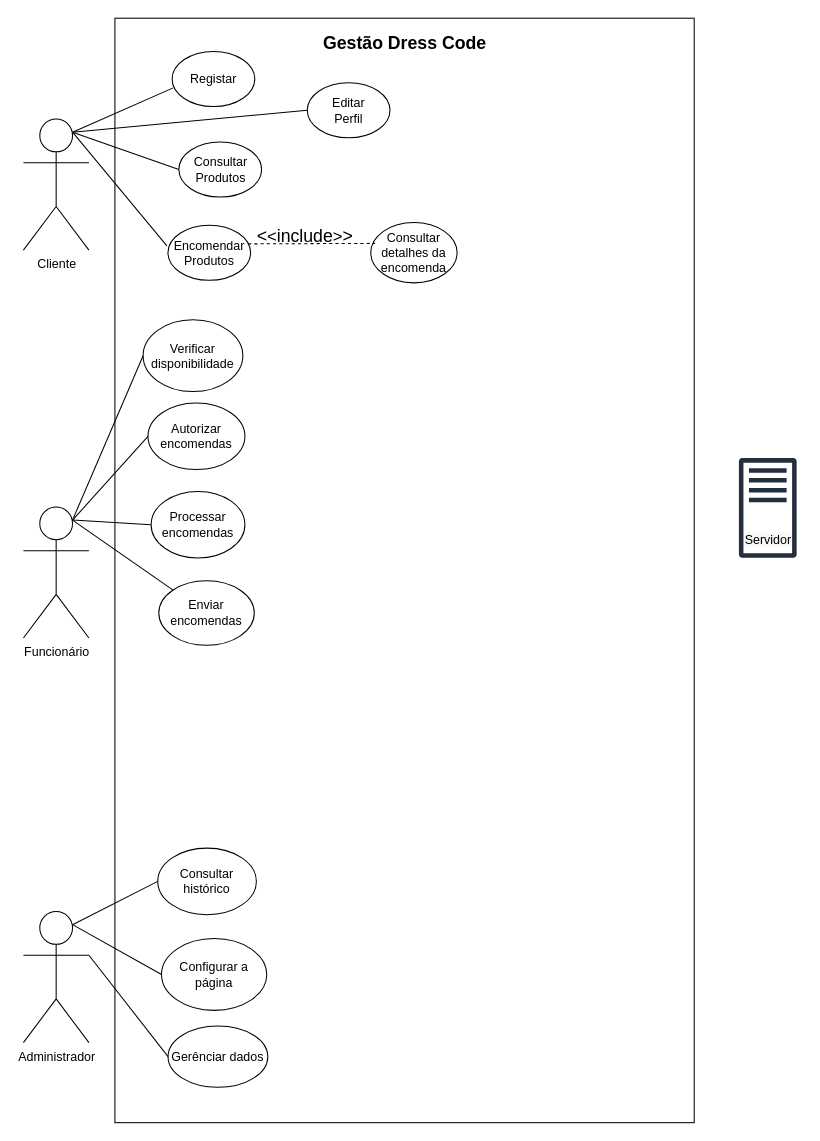
Before: Casos de Uso.drawio in JoshuaJones27/FetchCode, a draw.io diagram. Source tidied: cells renumbered, new cells numbered last; positions are measured from the earlier drawing's top-left corner, leaving out a move shared by most shapes. Both pictures are drawn from the tidied source at 104%, with x=0, y=0 at pixel (23, 18).
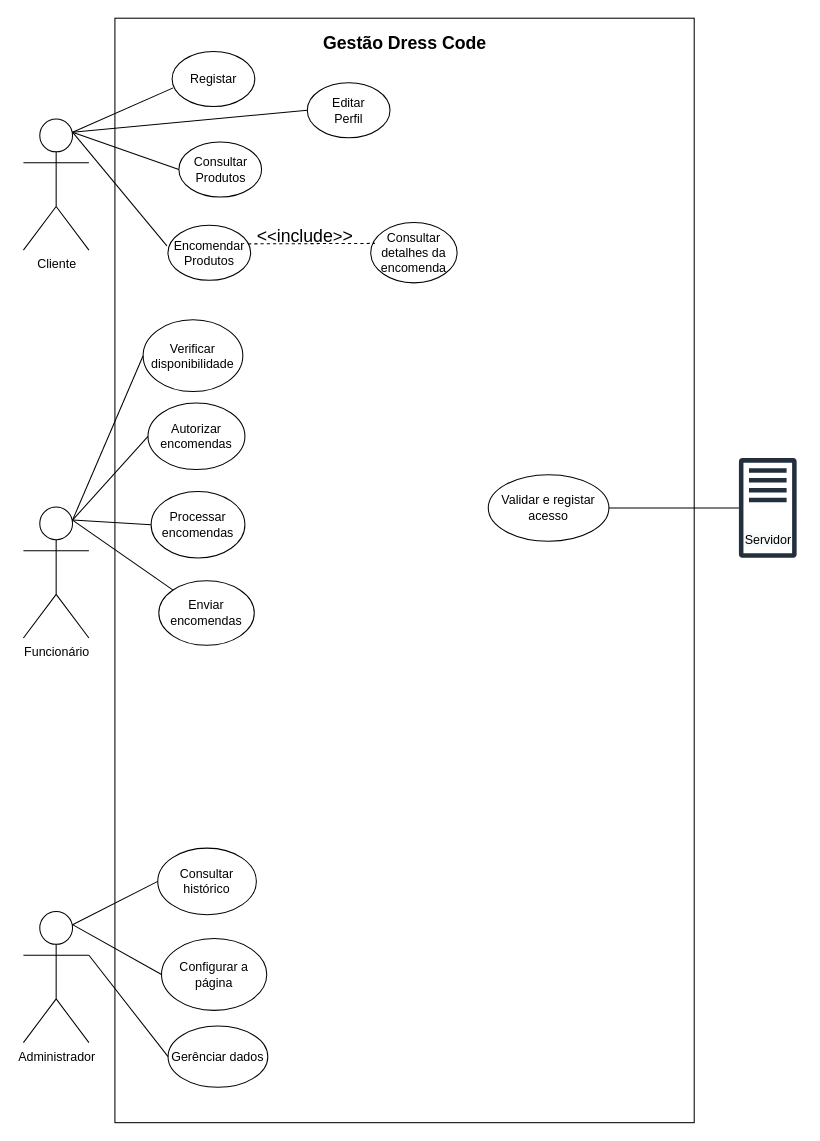
The same page after the edit.

The change refers to these unchanged cells:
```xml
<mxCell id="19" style="sketch=0;outlineConnect=0;fontColor=#232F3E;gradientColor=none;fillColor=#232F3D;strokeColor=none;dashed=0;verticalLabelPosition=bottom;verticalAlign=top;align=center;html=1;fontSize=12;fontStyle=0;shape=mxgraph.aws4.traditional_server;" parent="1" vertex="1">
  <mxGeometry x="688" y="422.8" width="55.5" height="96.2" as="geometry" />
</mxCell>
```

Change to the diagram source:
```diff
@@
-<mxGraphModel>
+<mxGraphModel background="#ffffff">
@@
+    <mxCell id="34" value="Validar e registar acesso" style="ellipse;whiteSpace=wrap;html=1;" parent="1" vertex="1">
+      <mxGeometry x="447" y="438.9" width="116" height="64" as="geometry" />
+    </mxCell>
+    <mxCell id="35" style="endArrow=none;html=1;exitX=1;exitY=0.5;exitDx=0;exitDy=0;" parent="1" edge="1" source="34" target="19">
+      <mxGeometry relative="1" as="geometry" />
+    </mxCell>
```
